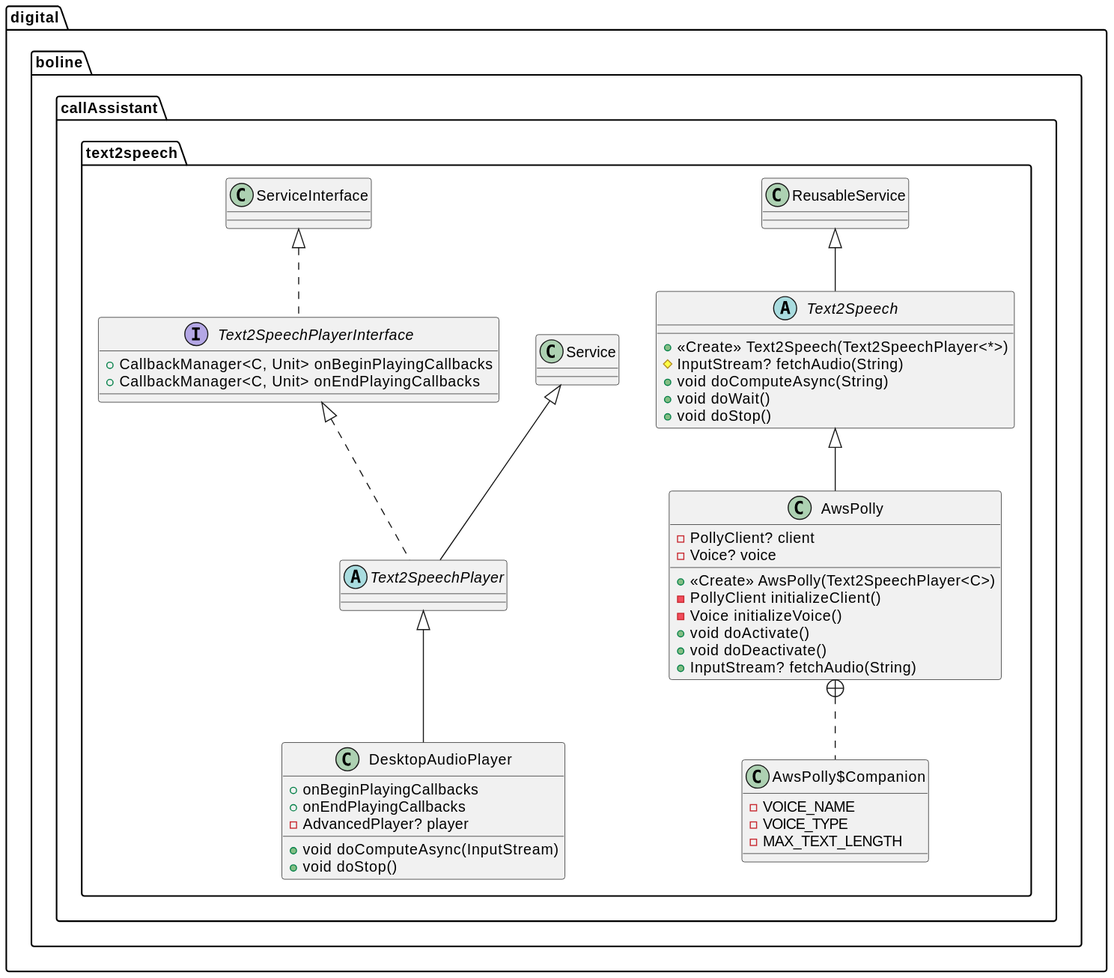
Above: doc/uml/text2speech.svg in buoncubi/call_assistant (PlantUML), before the change. Source of this version:
```plantuml
@startuml
class digital.boline.callAssistant.text2speech.DesktopAudioPlayer {
+  onBeginPlayingCallbacks
+  onEndPlayingCallbacks
- AdvancedPlayer? player
+ void doComputeAsync(InputStream)
+ void doStop()
}


interface digital.boline.callAssistant.text2speech.Text2SpeechPlayerInterface {
+ CallbackManager<C, Unit> onBeginPlayingCallbacks
+ CallbackManager<C, Unit> onEndPlayingCallbacks
}

abstract class digital.boline.callAssistant.text2speech.Text2SpeechPlayer {
}
abstract class digital.boline.callAssistant.text2speech.Text2Speech {
+ <<Create>> Text2Speech(Text2SpeechPlayer<*>)
# InputStream? fetchAudio(String)
+ void doComputeAsync(String)
+ void doWait()
+ void doStop()
}

class digital.boline.callAssistant.text2speech.AwsPolly$Companion {
-  VOICE_NAME
-  VOICE_TYPE
-  MAX_TEXT_LENGTH
}

class digital.boline.callAssistant.text2speech.AwsPolly {
- PollyClient? client
- Voice? voice
+ <<Create>> AwsPolly(Text2SpeechPlayer<C>)
- PollyClient initializeClient()
- Voice initializeVoice()
+ void doActivate()
+ void doDeactivate()
+ InputStream? fetchAudio(String)
}




digital.boline.callAssistant.text2speech.Text2SpeechPlayer <|-- digital.boline.callAssistant.text2speech.DesktopAudioPlayer
digital.boline.callAssistant.text2speech.ServiceInterface <|.. digital.boline.callAssistant.text2speech.Text2SpeechPlayerInterface
digital.boline.callAssistant.text2speech.Service <|-- digital.boline.callAssistant.text2speech.Text2SpeechPlayer
digital.boline.callAssistant.text2speech.Text2SpeechPlayerInterface <|.. digital.boline.callAssistant.text2speech.Text2SpeechPlayer
digital.boline.callAssistant.text2speech.ReusableService <|-- digital.boline.callAssistant.text2speech.Text2Speech
digital.boline.callAssistant.text2speech.AwsPolly +.. digital.boline.callAssistant.text2speech.AwsPolly$Companion
digital.boline.callAssistant.text2speech.Text2Speech <|-- digital.boline.callAssistant.text2speech.AwsPolly
@enduml
```
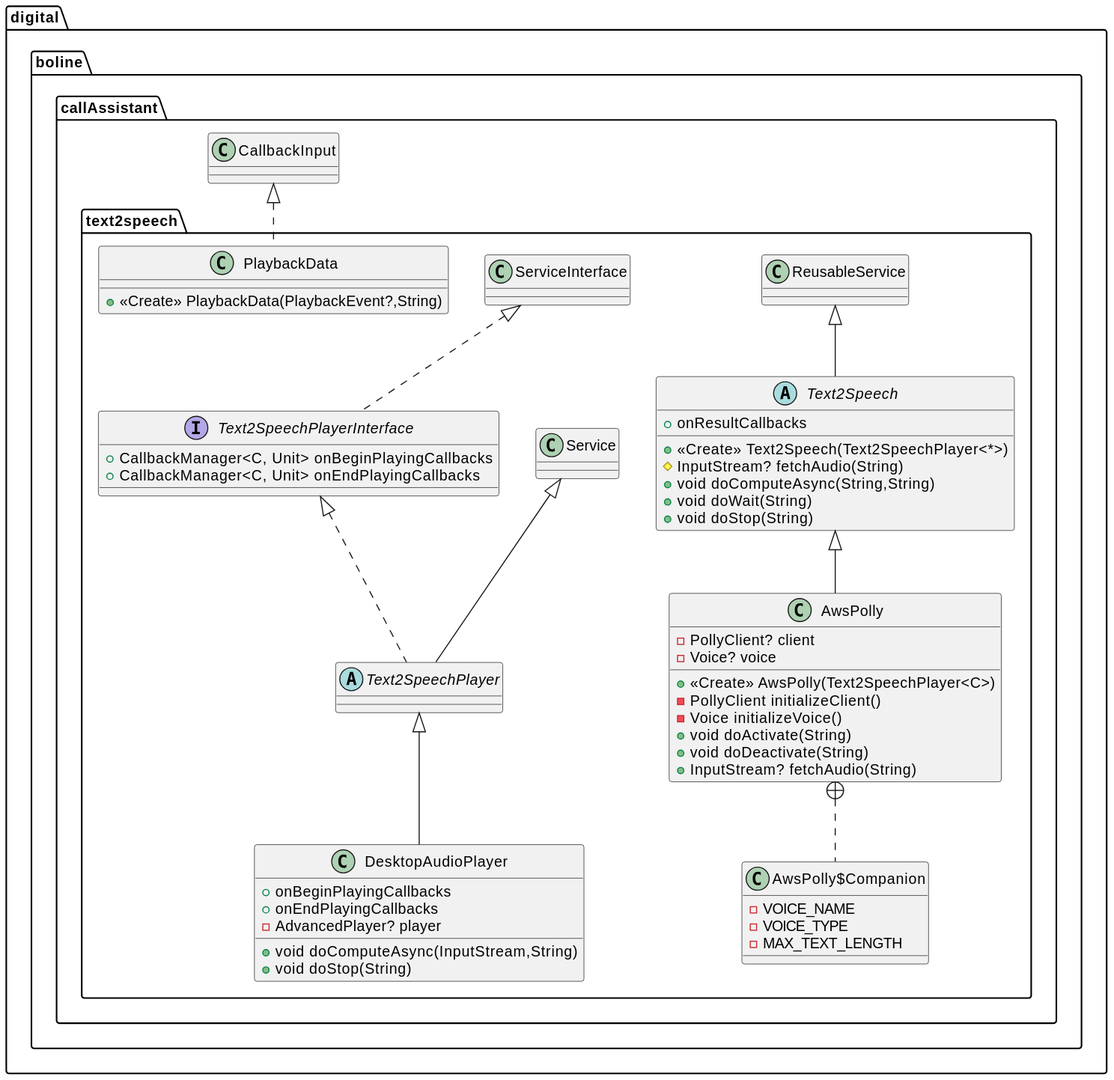
The same diagram one commit later.

Diff of the diagram source:
```diff
@@ -1,13 +1,4 @@
 @startuml
-class digital.boline.callAssistant.text2speech.DesktopAudioPlayer {
-+  onBeginPlayingCallbacks
-+  onEndPlayingCallbacks
-- AdvancedPlayer? player
-+ void doComputeAsync(InputStream)
-+ void doStop()
-}
-
-
 interface digital.boline.callAssistant.text2speech.Text2SpeechPlayerInterface {
 + CallbackManager<C, Unit> onBeginPlayingCallbacks
 + CallbackManager<C, Unit> onEndPlayingCallbacks
@@ -16,12 +7,27 @@
 abstract class digital.boline.callAssistant.text2speech.Text2SpeechPlayer {
 }
 abstract class digital.boline.callAssistant.text2speech.Text2Speech {
++  onResultCallbacks
 + <<Create>> Text2Speech(Text2SpeechPlayer<*>)
 # InputStream? fetchAudio(String)
-+ void doComputeAsync(String)
-+ void doWait()
-+ void doStop()
++ void doComputeAsync(String,String)
++ void doWait(String)
++ void doStop(String)
 }
+
+
+class digital.boline.callAssistant.text2speech.PlaybackData {
++ <<Create>> PlaybackData(PlaybackEvent?,String)
+}
+
+class digital.boline.callAssistant.text2speech.DesktopAudioPlayer {
++  onBeginPlayingCallbacks
++  onEndPlayingCallbacks
+- AdvancedPlayer? player
++ void doComputeAsync(InputStream,String)
++ void doStop(String)
+}
+
 
 class digital.boline.callAssistant.text2speech.AwsPolly$Companion {
 -  VOICE_NAME
@@ -35,19 +41,20 @@
 + <<Create>> AwsPolly(Text2SpeechPlayer<C>)
 - PollyClient initializeClient()
 - Voice initializeVoice()
-+ void doActivate()
-+ void doDeactivate()
++ void doActivate(String)
++ void doDeactivate(String)
 + InputStream? fetchAudio(String)
 }
 
 
 
 
-digital.boline.callAssistant.text2speech.Text2SpeechPlayer <|-- digital.boline.callAssistant.text2speech.DesktopAudioPlayer
 digital.boline.callAssistant.text2speech.ServiceInterface <|.. digital.boline.callAssistant.text2speech.Text2SpeechPlayerInterface
 digital.boline.callAssistant.text2speech.Service <|-- digital.boline.callAssistant.text2speech.Text2SpeechPlayer
 digital.boline.callAssistant.text2speech.Text2SpeechPlayerInterface <|.. digital.boline.callAssistant.text2speech.Text2SpeechPlayer
 digital.boline.callAssistant.text2speech.ReusableService <|-- digital.boline.callAssistant.text2speech.Text2Speech
+digital.boline.callAssistant.CallbackInput <|.. digital.boline.callAssistant.text2speech.PlaybackData
+digital.boline.callAssistant.text2speech.Text2SpeechPlayer <|-- digital.boline.callAssistant.text2speech.DesktopAudioPlayer
 digital.boline.callAssistant.text2speech.AwsPolly +.. digital.boline.callAssistant.text2speech.AwsPolly$Companion
 digital.boline.callAssistant.text2speech.Text2Speech <|-- digital.boline.callAssistant.text2speech.AwsPolly
 @enduml
```
